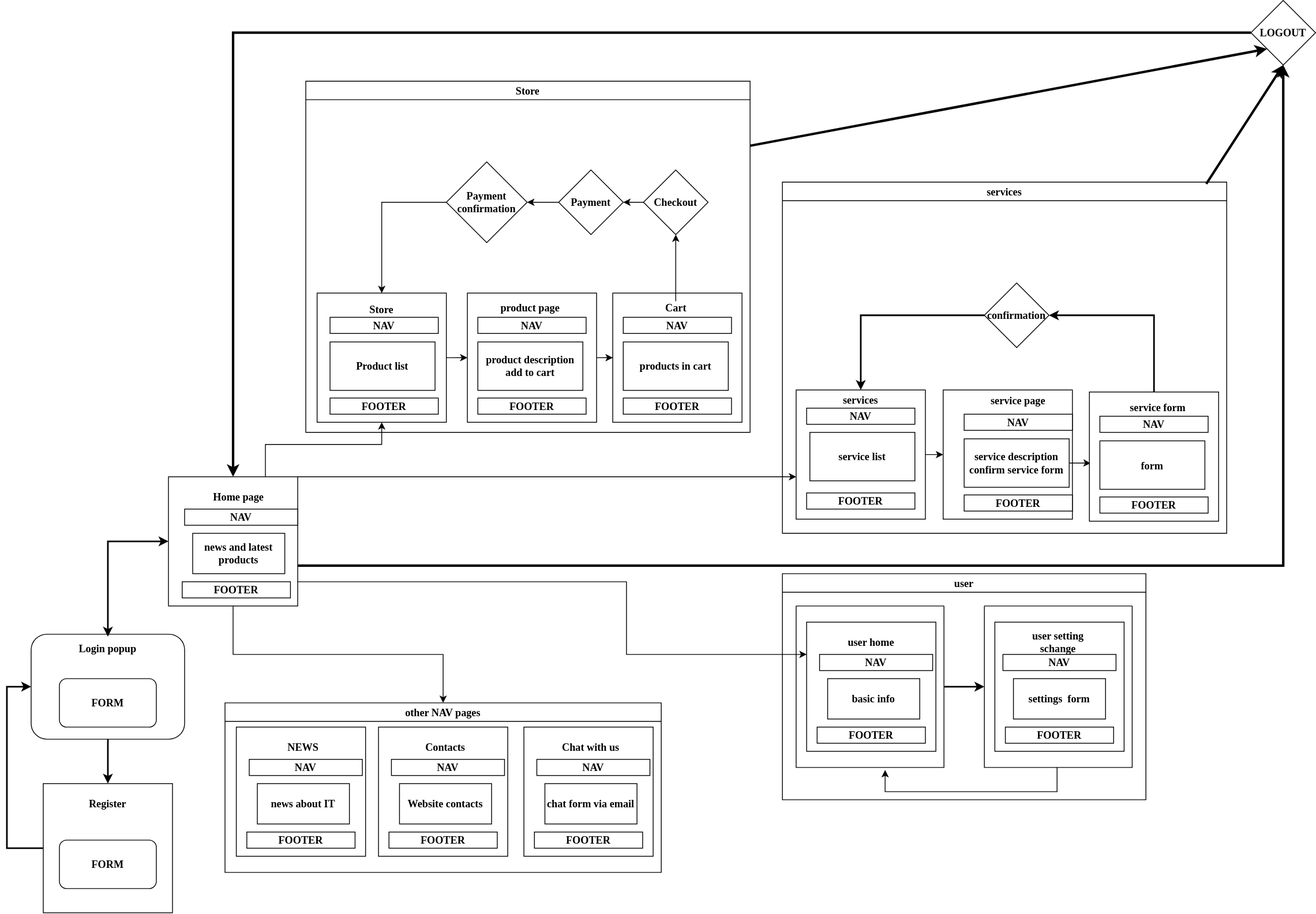
Before: Untitled Diagram.drawio.svg, a diagram exported from draw.io (davisvaceris/www_3_sem_real). Source tidied: cells renumbered, new cells last; positions are measured from the earlier drawing's top-left corner, leaving out a move shared by most shapes.
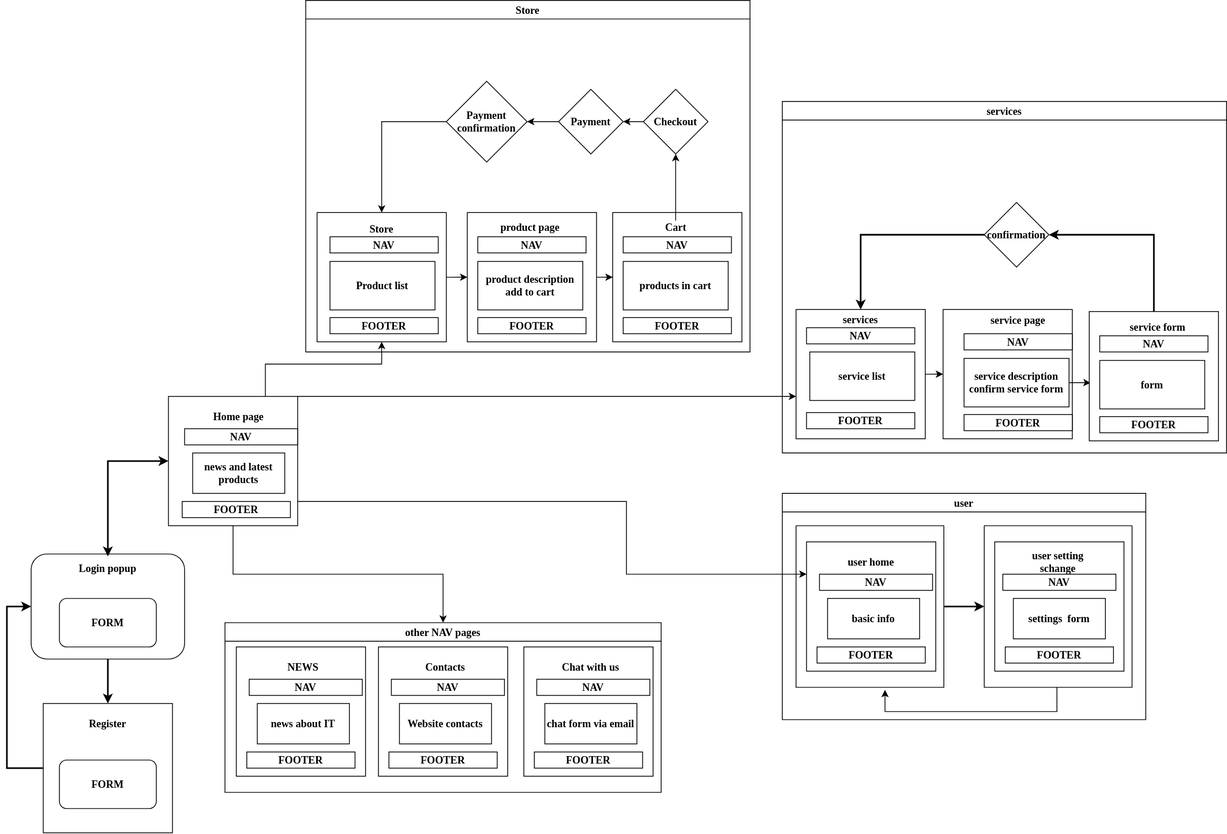
The same file after the commit.

What changed in the source:
```diff
@@ -21,13 +21,6 @@
         </Array>
       </mxGeometry>
     </mxCell>
-    <mxCell id="5" style="edgeStyle=orthogonalEdgeStyle;rounded=0;comic=0;jettySize=auto;html=1;entryX=0.5;entryY=1;entryDx=0;entryDy=0;strokeWidth=3;fontFamily=Times New Roman;fontStyle=1;fontSize=13;" parent="1" edge="1" source="8" target="60">
-      <mxGeometry relative="1" as="geometry">
-        <Array as="points">
-          <mxPoint x="1580" y="700" />
-        </Array>
-      </mxGeometry>
-    </mxCell>
     <mxCell id="6" style="edgeStyle=orthogonalEdgeStyle;rounded=0;comic=0;jumpSize=3;jettySize=auto;html=1;entryX=0;entryY=0.25;entryDx=0;entryDy=0;strokeWidth=1;fontFamily=Times New Roman;fontSize=13;" parent="1" edge="1" source="8" target="69">
       <mxGeometry relative="1" as="geometry">
         <Array as="points">
@@ -202,20 +195,6 @@
     <mxCell id="58" value="service list" style="rounded=0;whiteSpace=wrap;html=1;fontFamily=Times New Roman;fontStyle=1;fontSize=13;" parent="38" vertex="1">
       <mxGeometry x="34" y="310" width="130" height="60" as="geometry" />
     </mxCell>
-    <mxCell id="59" style="edgeStyle=orthogonalEdgeStyle;rounded=0;jettySize=auto;html=1;strokeWidth=3;flowAnimation=0;comic=0;enumerate=0;orthogonal=0;noJump=0;backgroundOutline=0;arcSize=20;fontFamily=Times New Roman;fontStyle=1;fontSize=13;entryX=0.5;entryY=0;entryDx=0;entryDy=0;" parent="1" edge="1" source="60" target="8">
-      <mxGeometry relative="1" as="geometry" />
-    </mxCell>
-    <mxCell id="60" value="LOGOUT" style="rhombus;whiteSpace=wrap;html=1;fontFamily=Times New Roman;fontStyle=1;fontSize=13;" parent="1" vertex="1">
-      <mxGeometry x="1540" width="80" height="80" as="geometry" />
-    </mxCell>
-    <mxCell id="61" style="endArrow=classic;html=1;rounded=0;comic=0;strokeWidth=3;entryX=0;entryY=1;entryDx=0;entryDy=0;fontFamily=Times New Roman;fontStyle=1;fontSize=13;" parent="1" edge="1" target="60">
-      <mxGeometry relative="1" as="geometry">
-        <mxPoint x="920" y="180" as="sourcePoint" />
-      </mxGeometry>
-    </mxCell>
-    <mxCell id="62" style="endArrow=classic;html=1;rounded=0;comic=0;strokeWidth=3;entryX=0.5;entryY=1;entryDx=0;entryDy=0;exitX=0.954;exitY=0.005;exitDx=0;exitDy=0;exitPerimeter=0;fontFamily=Times New Roman;fontStyle=1;fontSize=13;" parent="1" edge="1" source="38" target="60">
-      <mxGeometry relative="1" as="geometry" />
-    </mxCell>
     <mxCell id="63" style="edgeStyle=orthogonalEdgeStyle;rounded=0;comic=0;jumpSize=3;jettySize=auto;html=1;strokeWidth=2;entryX=0;entryY=0.5;entryDx=0;entryDy=0;fontFamily=Times New Roman;fontStyle=1;fontSize=13;" parent="1" edge="1" source="64" target="98">
       <mxGeometry relative="1" as="geometry">
         <Array as="points">
```
